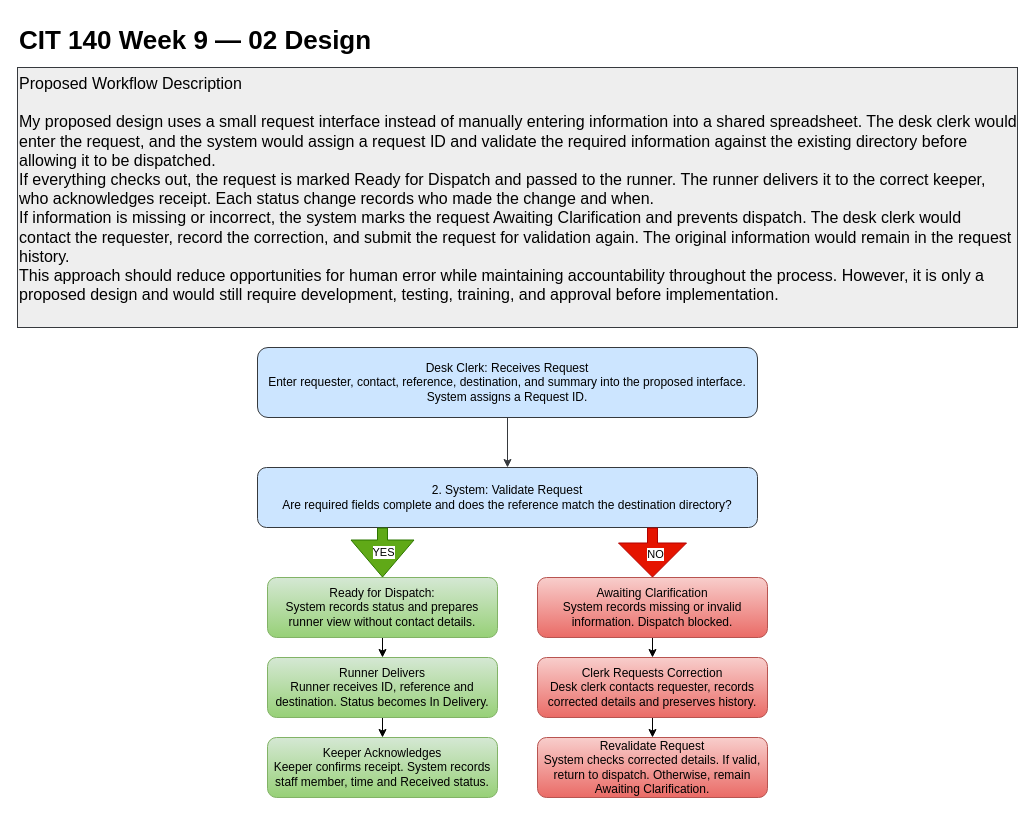
Acetamin1102/CIT140-Portfolio keeps this draw.io diagram as page "02 Design" (2 of 4) of Week09/Artifact/Temple_Craig_CIT140_Week09_Design.drawio. Above is the earlier version. Source tidied: cells renumbered, new cells numbered last; positions are measured from the earlier drawing's top-left corner, leaving out a move shared by most shapes. Both pictures are drawn from the tidied source at 100%, with x=0, y=0 at pixel (17, 17).
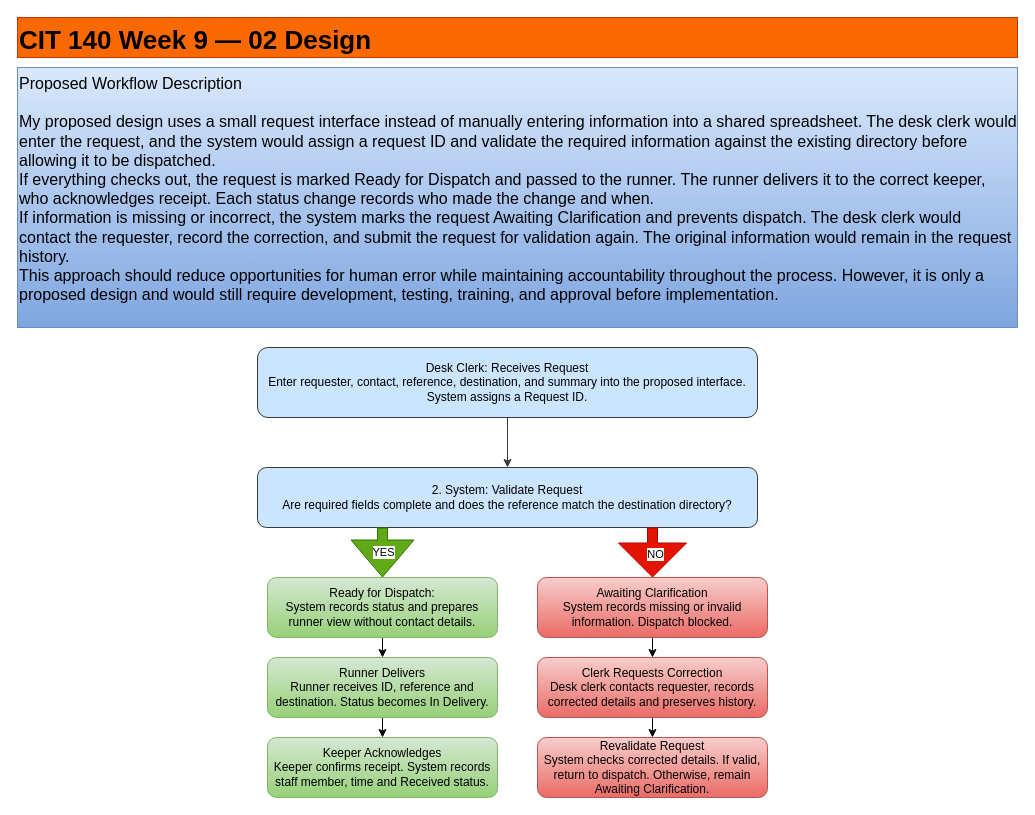
After the change.

Diff of the diagram source:
```diff
@@
-    <mxCell id="2" value="CIT 140 Week 9 — 02 Design" style="text;html=0;fontSize=26;fontStyle=1;align=left;verticalAlign=top;" parent="1" vertex="1">
-      <mxGeometry width="1000" height="50" as="geometry" />
+    <mxCell id="2" value="CIT 140 Week 9 — 02 Design" style="text;html=0;fontSize=26;fontStyle=1;align=left;verticalAlign=top;fillColor=#fa6800;strokeColor=#C73500;fontColor=#000000;" parent="1" vertex="1">
+      <mxGeometry width="1000" height="40" as="geometry" />
     </mxCell>
-    <mxCell id="3" value="Proposed Workflow Description&#10;&#10;My proposed design uses a small request interface instead of manually entering information into a shared spreadsheet. The desk clerk would enter the request, and the system would assign a request ID and validate the required information against the existing directory before allowing it to be dispatched.&#10;If everything checks out, the request is marked Ready for Dispatch and passed to the runner. The runner delivers it to the correct keeper, who acknowledges receipt. Each status change records who made the change and when.&#10;If information is missing or incorrect, the system marks the request Awaiting Clarification and prevents dispatch. The desk clerk would contact the requester, record the correction, and submit the request for validation again. The original information would remain in the request history.&#10;This approach should reduce opportunities for human error while maintaining accountability throughout the process. However, it is only a proposed design and would still require development, testing, training, and approval before implementation." style="text;html=0;whiteSpace=wrap;align=left;verticalAlign=top;fontSize=16;fillColor=#eeeeee;strokeColor=#36393d;" parent="1" vertex="1">
+    <mxCell id="3" value="Proposed Workflow Description&#10;&#10;My proposed design uses a small request interface instead of manually entering information into a shared spreadsheet. The desk clerk would enter the request, and the system would assign a request ID and validate the required information against the existing directory before allowing it to be dispatched.&#10;If everything checks out, the request is marked Ready for Dispatch and passed to the runner. The runner delivers it to the correct keeper, who acknowledges receipt. Each status change records who made the change and when.&#10;If information is missing or incorrect, the system marks the request Awaiting Clarification and prevents dispatch. The desk clerk would contact the requester, record the correction, and submit the request for validation again. The original information would remain in the request history.&#10;This approach should reduce opportunities for human error while maintaining accountability throughout the process. However, it is only a proposed design and would still require development, testing, training, and approval before implementation." style="text;html=0;whiteSpace=wrap;align=left;verticalAlign=top;fontSize=16;fillColor=#dae8fc;strokeColor=#6c8ebf;gradientColor=#7ea6e0;" parent="1" vertex="1">
       <mxGeometry y="50" width="1000" height="260" as="geometry" />
     </mxCell>
```
